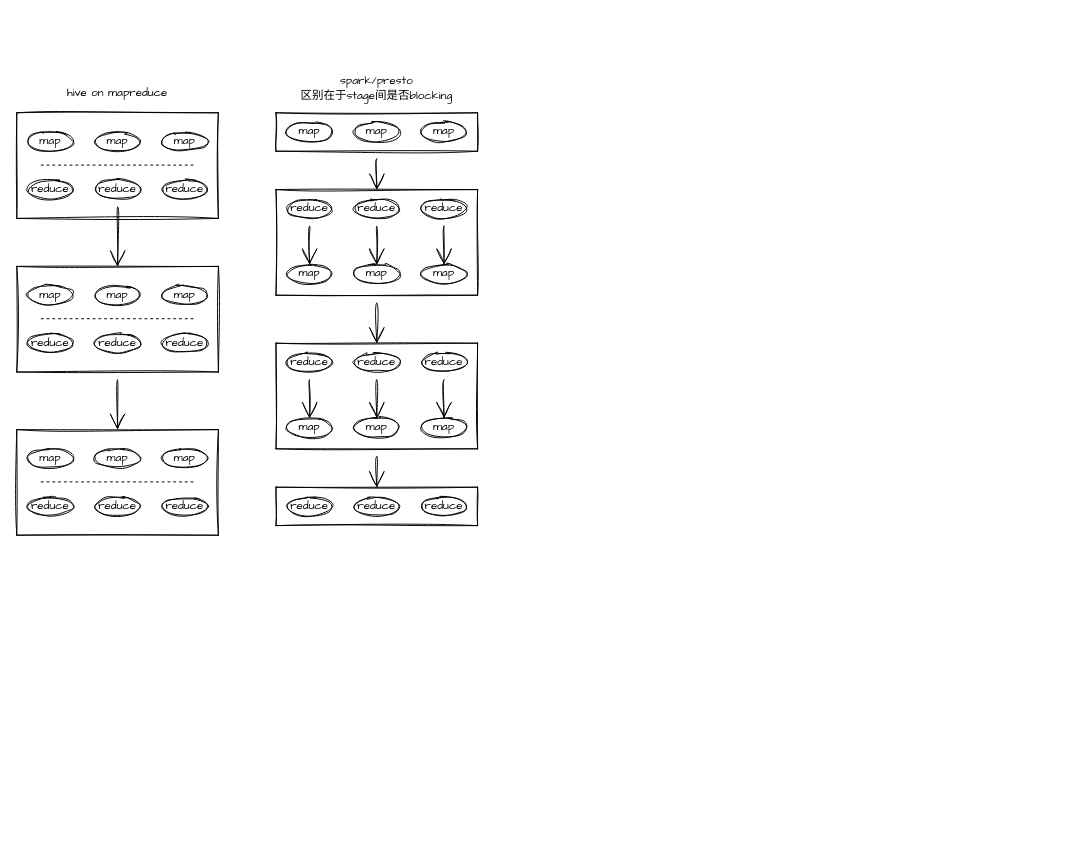
SeaRise/picture keeps this draw.io diagram as Untitled Diagram.drawio. Above is the earlier version. Source tidied: cells renumbered, new cells numbered last; positions are measured from the earlier drawing's top-left corner, leaving out a move shared by most shapes. Both pictures are drawn from the tidied source at 96%, with x=0, y=0 at pixel (16, 74).
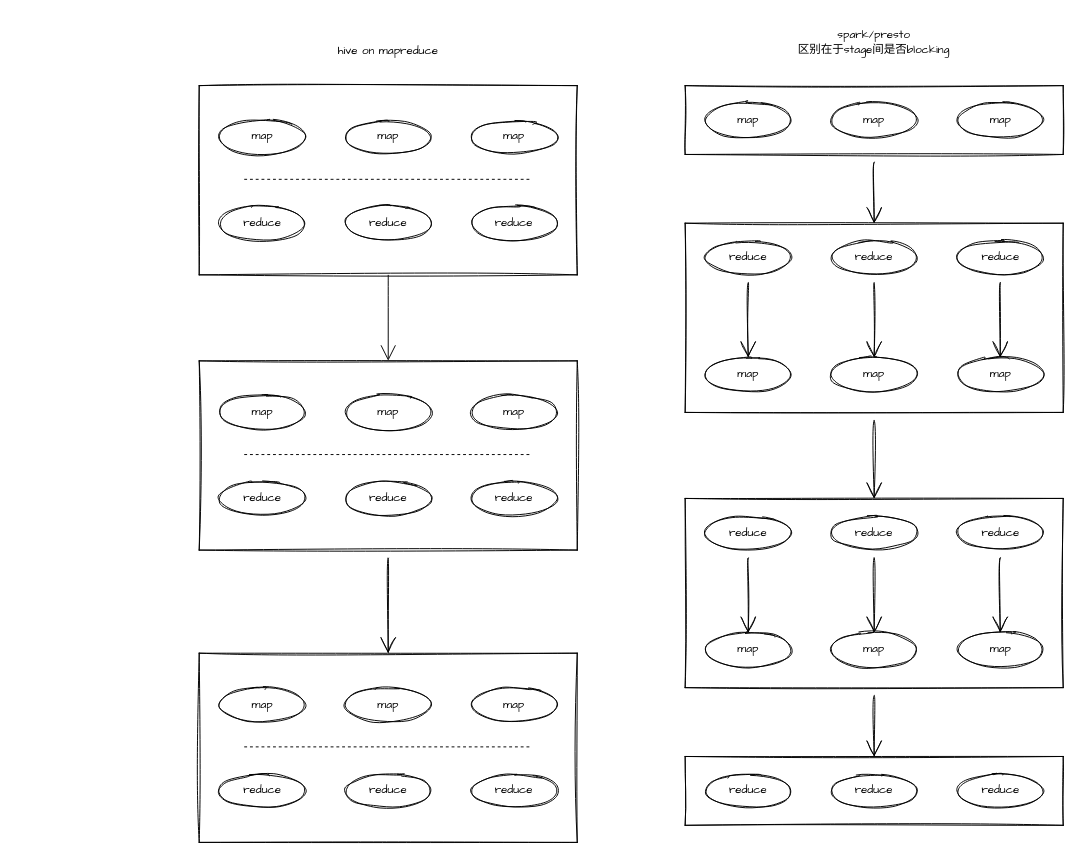
The same diagram, later.

Change to the diagram source:
```diff
@@
+    <mxCell id="82" style="group;" parent="1" vertex="1">
+      <mxGeometry x="190" y="-60" width="900" height="860" as="geometry" />
+    </mxCell>
-    <mxCell id="2" value="hive on mapreduce" style="text;html=1;strokeColor=none;fillColor=none;align=center;verticalAlign=middle;whiteSpace=wrap;rounded=0;sketch=1;hachureGap=4;fontFamily=Comic Sans MS;" parent="1" vertex="1">
-      <mxGeometry x="40" y="10" width="130" height="20" as="geometry" />
+    <mxCell id="2" value="hive on mapreduce" style="text;html=1;strokeColor=none;fillColor=none;align=center;verticalAlign=middle;whiteSpace=wrap;rounded=0;sketch=1;hachureGap=4;fontFamily=Comic Sans MS;" parent="82" vertex="1">
+      <mxGeometry x="75" y="17.9" width="243.8" height="35.8" as="geometry" />
     </mxCell>
-    <mxCell id="3" value="spark/presto&lt;br&gt;区别在于stage间是否blocking" style="text;html=1;strokeColor=none;fillColor=none;align=center;verticalAlign=middle;whiteSpace=wrap;rounded=0;sketch=1;hachureGap=4;fontFamily=Comic Sans MS;" parent="1" vertex="1">
-      <mxGeometry x="285" width="180" height="30" as="geometry" />
+    <mxCell id="3" value="spark/presto&lt;br&gt;区别在于stage间是否blocking" style="text;html=1;strokeColor=none;fillColor=none;align=center;verticalAlign=middle;whiteSpace=wrap;rounded=0;sketch=1;hachureGap=4;fontFamily=Comic Sans MS;" parent="82" vertex="1">
+      <mxGeometry x="534.4" width="337.5" height="53.8" as="geometry" />
     </mxCell>
-    <mxCell id="4" style="group;fontFamily=Comic Sans MS;" parent="1" vertex="1">
-      <mxGeometry x="270" y="40" width="210" height="430" as="geometry" />
+    <mxCell id="4" style="group;fontFamily=Comic Sans MS;" parent="82" vertex="1">
+      <mxGeometry x="506.2" y="71.7" width="393.8" height="770.4" as="geometry" />
     </mxCell>
     <mxCell id="5" style="group;fontFamily=Comic Sans MS;" parent="4" vertex="1">
-      <mxGeometry y="80" width="210" height="110" as="geometry" />
+      <mxGeometry y="143.3" width="393.8" height="197.1" as="geometry" />
     </mxCell>
     <mxCell id="6" style="rounded=0;whiteSpace=wrap;html=1;sketch=1;hachureGap=4;fontFamily=Comic Sans MS;" parent="5" vertex="1">
-      <mxGeometry width="210" height="110" as="geometry" />
+      <mxGeometry width="393.8" height="197.1" as="geometry" />
     </mxCell>
     <mxCell id="7" style="group;fontFamily=Comic Sans MS;" parent="5" vertex="1">
-      <mxGeometry x="10" y="70" width="190" height="20" as="geometry" />
+      <mxGeometry x="18.8" y="125.4" width="356.2" height="35.8" as="geometry" />
     </mxCell>
     <mxCell id="8" value="map" style="ellipse;whiteSpace=wrap;html=1;sketch=1;hachureGap=4;fontFamily=Comic Sans MS;" parent="7" vertex="1">
-      <mxGeometry y="8" width="50" height="20" as="geometry" />
+      <mxGeometry y="14.3" width="93.8" height="35.8" as="geometry" />
     </mxCell>
     <mxCell id="9" value="map" style="ellipse;whiteSpace=wrap;html=1;sketch=1;hachureGap=4;fontFamily=Comic Sans MS;" parent="7" vertex="1">
-      <mxGeometry x="140" y="8" width="50" height="20" as="geometry" />
+      <mxGeometry x="262.5" y="14.3" width="93.8" height="35.8" as="geometry" />
     </mxCell>
     <mxCell id="10" value="map" style="ellipse;whiteSpace=wrap;html=1;sketch=1;hachureGap=4;fontFamily=Comic Sans MS;" parent="7" vertex="1">
-      <mxGeometry x="70" y="8" width="50" height="20" as="geometry" />
+      <mxGeometry x="131.2" y="14.3" width="93.8" height="35.8" as="geometry" />
     </mxCell>
     <mxCell id="11" style="group;fontFamily=Comic Sans MS;" parent="5" vertex="1">
-      <mxGeometry x="10" y="10" width="190" height="20" as="geometry" />
+      <mxGeometry x="18.8" y="17.9" width="356.2" height="35.8" as="geometry" />
     </mxCell>
     <mxCell id="12" value="reduce" style="ellipse;whiteSpace=wrap;html=1;sketch=1;hachureGap=4;fontFamily=Comic Sans MS;" parent="11" vertex="1">
-      <mxGeometry width="50" height="20" as="geometry" />
+      <mxGeometry width="93.8" height="35.8" as="geometry" />
     </mxCell>
     <mxCell id="13" value="reduce" style="ellipse;whiteSpace=wrap;html=1;sketch=1;hachureGap=4;fontFamily=Comic Sans MS;" parent="11" vertex="1">
-      <mxGeometry x="140" width="50" height="20" as="geometry" />
+      <mxGeometry x="262.5" width="93.8" height="35.8" as="geometry" />
     </mxCell>
     <mxCell id="14" value="reduce" style="ellipse;whiteSpace=wrap;html=1;sketch=1;hachureGap=4;fontFamily=Comic Sans MS;" parent="11" vertex="1">
-      <mxGeometry x="70" width="50" height="20" as="geometry" />
+      <mxGeometry x="131.2" width="93.8" height="35.8" as="geometry" />
     </mxCell>
@@
     <mxCell id="18" style="group;fontFamily=Comic Sans MS;" parent="4" vertex="1">
-      <mxGeometry y="240" width="210" height="110" as="geometry" />
+      <mxGeometry y="430" width="393.8" height="197.1" as="geometry" />
     </mxCell>
     <mxCell id="19" style="rounded=0;whiteSpace=wrap;html=1;sketch=1;hachureGap=4;fontFamily=Comic Sans MS;" parent="18" vertex="1">
-      <mxGeometry width="210" height="110" as="geometry" />
+      <mxGeometry width="393.8" height="197.1" as="geometry" />
     </mxCell>
     <mxCell id="20" style="group;fontFamily=Comic Sans MS;" parent="18" vertex="1">
-      <mxGeometry x="10" y="70" width="190" height="20" as="geometry" />
+      <mxGeometry x="18.8" y="125.4" width="356.2" height="35.8" as="geometry" />
     </mxCell>
     <mxCell id="21" value="map" style="ellipse;whiteSpace=wrap;html=1;sketch=1;hachureGap=4;fontFamily=Comic Sans MS;" parent="20" vertex="1">
-      <mxGeometry y="8" width="50" height="20" as="geometry" />
+      <mxGeometry y="14.3" width="93.8" height="35.8" as="geometry" />
     </mxCell>
     <mxCell id="22" value="map" style="ellipse;whiteSpace=wrap;html=1;sketch=1;hachureGap=4;fontFamily=Comic Sans MS;" parent="20" vertex="1">
-      <mxGeometry x="140" y="8" width="50" height="20" as="geometry" />
+      <mxGeometry x="262.5" y="14.3" width="93.8" height="35.8" as="geometry" />
     </mxCell>
     <mxCell id="23" value="map" style="ellipse;whiteSpace=wrap;html=1;sketch=1;hachureGap=4;fontFamily=Comic Sans MS;" parent="20" vertex="1">
-      <mxGeometry x="70" y="8" width="50" height="20" as="geometry" />
+      <mxGeometry x="131.2" y="14.3" width="93.8" height="35.8" as="geometry" />
     </mxCell>
     <mxCell id="24" style="group;fontFamily=Comic Sans MS;" parent="18" vertex="1">
-      <mxGeometry x="10" y="10" width="190" height="20" as="geometry" />
+      <mxGeometry x="18.8" y="17.9" width="356.2" height="35.8" as="geometry" />
     </mxCell>
     <mxCell id="25" value="reduce" style="ellipse;whiteSpace=wrap;html=1;sketch=1;hachureGap=4;fontFamily=Comic Sans MS;" parent="24" vertex="1">
-      <mxGeometry width="50" height="20" as="geometry" />
+      <mxGeometry width="93.8" height="35.8" as="geometry" />
     </mxCell>
     <mxCell id="26" value="reduce" style="ellipse;whiteSpace=wrap;html=1;sketch=1;hachureGap=4;fontFamily=Comic Sans MS;" parent="24" vertex="1">
-      <mxGeometry x="140" width="50" height="20" as="geometry" />
+      <mxGeometry x="262.5" width="93.8" height="35.8" as="geometry" />
     </mxCell>
     <mxCell id="27" value="reduce" style="ellipse;whiteSpace=wrap;html=1;sketch=1;hachureGap=4;fontFamily=Comic Sans MS;" parent="24" vertex="1">
-      <mxGeometry x="70" width="50" height="20" as="geometry" />
+      <mxGeometry x="131.2" width="93.8" height="35.8" as="geometry" />
     </mxCell>
@@
     <mxCell id="32" style="group;fontFamily=Comic Sans MS;" parent="4" vertex="1">
-      <mxGeometry width="210" height="40" as="geometry" />
+      <mxGeometry width="393.8" height="71.7" as="geometry" />
     </mxCell>
     <mxCell id="33" style="rounded=0;whiteSpace=wrap;html=1;sketch=1;hachureGap=4;fontFamily=Comic Sans MS;" parent="32" vertex="1">
-      <mxGeometry width="210" height="40" as="geometry" />
+      <mxGeometry width="393.8" height="71.7" as="geometry" />
     </mxCell>
     <mxCell id="34" style="group;fontFamily=Comic Sans MS;" parent="32" vertex="1">
-      <mxGeometry x="10" y="10" width="190" height="20" as="geometry" />
+      <mxGeometry x="18.8" y="17.9" width="356.2" height="35.8" as="geometry" />
     </mxCell>
     <mxCell id="35" value="map" style="ellipse;whiteSpace=wrap;html=1;sketch=1;hachureGap=4;fontFamily=Comic Sans MS;" parent="34" vertex="1">
-      <mxGeometry width="50" height="20" as="geometry" />
+      <mxGeometry width="93.8" height="35.8" as="geometry" />
     </mxCell>
     <mxCell id="36" value="map" style="ellipse;whiteSpace=wrap;html=1;sketch=1;hachureGap=4;fontFamily=Comic Sans MS;" parent="34" vertex="1">
-      <mxGeometry x="140" width="50" height="20" as="geometry" />
+      <mxGeometry x="262.5" width="93.8" height="35.8" as="geometry" />
     </mxCell>
     <mxCell id="37" value="map" style="ellipse;whiteSpace=wrap;html=1;sketch=1;hachureGap=4;fontFamily=Comic Sans MS;" parent="34" vertex="1">
-      <mxGeometry x="70" width="50" height="20" as="geometry" />
+      <mxGeometry x="131.2" width="93.8" height="35.8" as="geometry" />
     </mxCell>
@@
     <mxCell id="39" style="group;fontFamily=Comic Sans MS;" parent="4" vertex="1">
-      <mxGeometry y="390" width="210" height="40" as="geometry" />
+      <mxGeometry y="698.8" width="393.8" height="71.7" as="geometry" />
     </mxCell>
     <mxCell id="40" style="rounded=0;whiteSpace=wrap;html=1;sketch=1;hachureGap=4;fontFamily=Comic Sans MS;" parent="39" vertex="1">
-      <mxGeometry width="210" height="40" as="geometry" />
+      <mxGeometry width="393.8" height="71.7" as="geometry" />
     </mxCell>
     <mxCell id="41" style="group;fontFamily=Comic Sans MS;" parent="39" vertex="1">
-      <mxGeometry x="10" y="10" width="190" height="20" as="geometry" />
+      <mxGeometry x="18.8" y="17.9" width="356.2" height="35.8" as="geometry" />
     </mxCell>
     <mxCell id="42" value="reduce" style="ellipse;whiteSpace=wrap;html=1;sketch=1;hachureGap=4;fontFamily=Comic Sans MS;" parent="41" vertex="1">
-      <mxGeometry width="50" height="20" as="geometry" />
+      <mxGeometry width="93.8" height="35.8" as="geometry" />
     </mxCell>
     <mxCell id="43" value="reduce" style="ellipse;whiteSpace=wrap;html=1;sketch=1;hachureGap=4;fontFamily=Comic Sans MS;" parent="41" vertex="1">
-      <mxGeometry x="140" width="50" height="20" as="geometry" />
+      <mxGeometry x="262.5" width="93.8" height="35.8" as="geometry" />
     </mxCell>
     <mxCell id="44" value="reduce" style="ellipse;whiteSpace=wrap;html=1;sketch=1;hachureGap=4;fontFamily=Comic Sans MS;" parent="41" vertex="1">
-      <mxGeometry x="70" width="50" height="20" as="geometry" />
+      <mxGeometry x="131.2" width="93.8" height="35.8" as="geometry" />
     </mxCell>
@@
-    <mxCell id="46" style="group;fontFamily=Comic Sans MS;" parent="1" vertex="1">
-      <mxGeometry y="40" width="210" height="440" as="geometry" />
+    <mxCell id="46" style="group;fontFamily=Comic Sans MS;" parent="82" vertex="1">
+      <mxGeometry y="71.7" width="393.8" height="788.3" as="geometry" />
     </mxCell>
     <mxCell id="47" style="group;fontFamily=Comic Sans MS;" parent="46" vertex="1">
-      <mxGeometry width="210" height="110" as="geometry" />
+      <mxGeometry width="393.8" height="197.1" as="geometry" />
     </mxCell>
     <mxCell id="48" style="rounded=0;whiteSpace=wrap;html=1;sketch=1;hachureGap=4;fontFamily=Comic Sans MS;" parent="47" vertex="1">
-      <mxGeometry width="210" height="110" as="geometry" />
+      <mxGeometry width="393.8" height="197.1" as="geometry" />
     </mxCell>
     <mxCell id="49" style="endArrow=none;dashed=1;html=1;startSize=14;endSize=14;sourcePerimeterSpacing=8;targetPerimeterSpacing=8;fontFamily=Comic Sans MS;" parent="47" edge="1">
       <mxGeometry relative="1" as="geometry">
-        <mxPoint x="25" y="54.5" as="sourcePoint" />
-        <mxPoint x="185" y="54.5" as="targetPoint" />
+        <mxPoint x="46.9" y="97.6" as="sourcePoint" />
+        <mxPoint x="346.9" y="97.6" as="targetPoint" />
       </mxGeometry>
     </mxCell>
     <mxCell id="50" style="group;fontFamily=Comic Sans MS;" parent="47" vertex="1">
-      <mxGeometry x="10" y="70" width="190" height="20" as="geometry" />
+      <mxGeometry x="18.8" y="125.4" width="356.2" height="35.8" as="geometry" />
     </mxCell>
     <mxCell id="51" value="reduce" style="ellipse;whiteSpace=wrap;html=1;sketch=1;hachureGap=4;fontFamily=Comic Sans MS;" parent="50" vertex="1">
-      <mxGeometry width="50" height="20" as="geometry" />
+      <mxGeometry width="93.8" height="35.8" as="geometry" />
     </mxCell>
     <mxCell id="52" value="reduce" style="ellipse;whiteSpace=wrap;html=1;sketch=1;hachureGap=4;fontFamily=Comic Sans MS;" parent="50" vertex="1">
-      <mxGeometry x="140" width="50" height="20" as="geometry" />
+      <mxGeometry x="262.5" width="93.8" height="35.8" as="geometry" />
     </mxCell>
     <mxCell id="53" value="reduce" style="ellipse;whiteSpace=wrap;html=1;sketch=1;hachureGap=4;fontFamily=Comic Sans MS;" parent="50" vertex="1">
-      <mxGeometry x="70" width="50" height="20" as="geometry" />
+      <mxGeometry x="131.2" width="93.8" height="35.8" as="geometry" />
     </mxCell>
     <mxCell id="54" style="group;fontFamily=Comic Sans MS;" parent="47" vertex="1">
-      <mxGeometry x="10" y="20" width="190" height="20" as="geometry" />
+      <mxGeometry x="18.8" y="35.8" width="356.2" height="35.8" as="geometry" />
     </mxCell>
     <mxCell id="55" value="map" style="ellipse;whiteSpace=wrap;html=1;sketch=1;hachureGap=4;fontFamily=Comic Sans MS;" parent="54" vertex="1">
-      <mxGeometry width="50" height="20" as="geometry" />
+      <mxGeometry width="93.8" height="35.8" as="geometry" />
     </mxCell>
     <mxCell id="56" value="map" style="ellipse;whiteSpace=wrap;html=1;sketch=1;hachureGap=4;fontFamily=Comic Sans MS;" parent="54" vertex="1">
-      <mxGeometry x="140" width="50" height="20" as="geometry" />
+      <mxGeometry x="262.5" width="93.8" height="35.8" as="geometry" />
     </mxCell>
     <mxCell id="57" value="map" style="ellipse;whiteSpace=wrap;html=1;sketch=1;hachureGap=4;fontFamily=Comic Sans MS;" parent="54" vertex="1">
-      <mxGeometry x="70" width="50" height="20" as="geometry" />
+      <mxGeometry x="131.2" width="93.8" height="35.8" as="geometry" />
     </mxCell>
     <mxCell id="58" style="group;fontFamily=Comic Sans MS;" parent="46" vertex="1">
-      <mxGeometry y="160" width="210" height="110" as="geometry" />
+      <mxGeometry y="286.7" width="393.8" height="197.1" as="geometry" />
     </mxCell>
     <mxCell id="59" style="rounded=0;whiteSpace=wrap;html=1;sketch=1;hachureGap=4;fontFamily=Comic Sans MS;" parent="58" vertex="1">
-      <mxGeometry width="210" height="110" as="geometry" />
+      <mxGeometry width="393.8" height="197.1" as="geometry" />
     </mxCell>
     <mxCell id="60" style="endArrow=none;dashed=1;html=1;startSize=14;endSize=14;sourcePerimeterSpacing=8;targetPerimeterSpacing=8;fontFamily=Comic Sans MS;" parent="58" edge="1">
       <mxGeometry relative="1" as="geometry">
-        <mxPoint x="25" y="54.5" as="sourcePoint" />
-        <mxPoint x="185" y="54.5" as="targetPoint" />
+        <mxPoint x="46.9" y="97.6" as="sourcePoint" />
+        <mxPoint x="346.9" y="97.6" as="targetPoint" />
       </mxGeometry>
     </mxCell>
     <mxCell id="61" style="group;fontFamily=Comic Sans MS;" parent="58" vertex="1">
-      <mxGeometry x="10" y="70" width="190" height="20" as="geometry" />
+      <mxGeometry x="18.8" y="125.4" width="356.2" height="35.8" as="geometry" />
     </mxCell>
     <mxCell id="62" value="reduce" style="ellipse;whiteSpace=wrap;html=1;sketch=1;hachureGap=4;fontFamily=Comic Sans MS;" parent="61" vertex="1">
-      <mxGeometry width="50" height="20" as="geometry" />
+      <mxGeometry width="93.8" height="35.8" as="geometry" />
     </mxCell>
     <mxCell id="63" value="reduce" style="ellipse;whiteSpace=wrap;html=1;sketch=1;hachureGap=4;fontFamily=Comic Sans MS;" parent="61" vertex="1">
-      <mxGeometry x="140" width="50" height="20" as="geometry" />
+      <mxGeometry x="262.5" width="93.8" height="35.8" as="geometry" />
     </mxCell>
     <mxCell id="64" value="reduce" style="ellipse;whiteSpace=wrap;html=1;sketch=1;hachureGap=4;fontFamily=Comic Sans MS;" parent="61" vertex="1">
-      <mxGeometry x="70" width="50" height="20" as="geometry" />
+      <mxGeometry x="131.2" width="93.8" height="35.8" as="geometry" />
     </mxCell>
     <mxCell id="65" style="group;fontFamily=Comic Sans MS;" parent="58" vertex="1">
-      <mxGeometry x="10" y="20" width="190" height="20" as="geometry" />
+      <mxGeometry x="18.8" y="35.8" width="356.2" height="35.8" as="geometry" />
     </mxCell>
     <mxCell id="66" value="map" style="ellipse;whiteSpace=wrap;html=1;sketch=1;hachureGap=4;fontFamily=Comic Sans MS;" parent="65" vertex="1">
-      <mxGeometry width="50" height="20" as="geometry" />
+      <mxGeometry width="93.8" height="35.8" as="geometry" />
     </mxCell>
     <mxCell id="67" value="map" style="ellipse;whiteSpace=wrap;html=1;sketch=1;hachureGap=4;fontFamily=Comic Sans MS;" parent="65" vertex="1">
-      <mxGeometry x="140" width="50" height="20" as="geometry" />
+      <mxGeometry x="262.5" width="93.8" height="35.8" as="geometry" />
     </mxCell>
     <mxCell id="68" value="map" style="ellipse;whiteSpace=wrap;html=1;sketch=1;hachureGap=4;fontFamily=Comic Sans MS;" parent="65" vertex="1">
-      <mxGeometry x="70" width="50" height="20" as="geometry" />
+      <mxGeometry x="131.2" width="93.8" height="35.8" as="geometry" />
     </mxCell>
     <mxCell id="69" style="group;fontFamily=Comic Sans MS;" parent="46" vertex="1">
-      <mxGeometry y="330" width="210" height="110" as="geometry" />
+      <mxGeometry y="591.2" width="393.8" height="197.1" as="geometry" />
     </mxCell>
     <mxCell id="70" style="rounded=0;whiteSpace=wrap;html=1;sketch=1;hachureGap=4;fontFamily=Comic Sans MS;" parent="69" vertex="1">
-      <mxGeometry width="210" height="110" as="geometry" />
+      <mxGeometry width="393.8" height="197.1" as="geometry" />
     </mxCell>
     <mxCell id="71" style="endArrow=none;dashed=1;html=1;startSize=14;endSize=14;sourcePerimeterSpacing=8;targetPerimeterSpacing=8;fontFamily=Comic Sans MS;" parent="69" edge="1">
       <mxGeometry relative="1" as="geometry">
-        <mxPoint x="25" y="54.5" as="sourcePoint" />
-        <mxPoint x="185" y="54.5" as="targetPoint" />
+        <mxPoint x="46.9" y="97.6" as="sourcePoint" />
+        <mxPoint x="346.9" y="97.6" as="targetPoint" />
       </mxGeometry>
     </mxCell>
     <mxCell id="72" style="group;fontFamily=Comic Sans MS;" parent="69" vertex="1">
-      <mxGeometry x="10" y="70" width="190" height="20" as="geometry" />
+      <mxGeometry x="18.8" y="125.4" width="356.2" height="35.8" as="geometry" />
     </mxCell>
     <mxCell id="73" value="reduce" style="ellipse;whiteSpace=wrap;html=1;sketch=1;hachureGap=4;fontFamily=Comic Sans MS;" parent="72" vertex="1">
-      <mxGeometry width="50" height="20" as="geometry" />
+      <mxGeometry width="93.8" height="35.8" as="geometry" />
     </mxCell>
     <mxCell id="74" value="reduce" style="ellipse;whiteSpace=wrap;html=1;sketch=1;hachureGap=4;fontFamily=Comic Sans MS;" parent="72" vertex="1">
-      <mxGeometry x="140" width="50" height="20" as="geometry" />
+      <mxGeometry x="262.5" width="93.8" height="35.8" as="geometry" />
     </mxCell>
     <mxCell id="75" value="reduce" style="ellipse;whiteSpace=wrap;html=1;sketch=1;hachureGap=4;fontFamily=Comic Sans MS;" parent="72" vertex="1">
-      <mxGeometry x="70" width="50" height="20" as="geometry" />
+      <mxGeometry x="131.2" width="93.8" height="35.8" as="geometry" />
     </mxCell>
     <mxCell id="76" style="group;fontFamily=Comic Sans MS;" parent="69" vertex="1">
-      <mxGeometry x="10" y="20" width="190" height="20" as="geometry" />
+      <mxGeometry x="18.8" y="35.8" width="356.2" height="35.8" as="geometry" />
     </mxCell>
     <mxCell id="77" value="map" style="ellipse;whiteSpace=wrap;html=1;sketch=1;hachureGap=4;fontFamily=Comic Sans MS;" parent="76" vertex="1">
-      <mxGeometry width="50" height="20" as="geometry" />
+      <mxGeometry width="93.8" height="35.8" as="geometry" />
     </mxCell>
     <mxCell id="78" value="map" style="ellipse;whiteSpace=wrap;html=1;sketch=1;hachureGap=4;fontFamily=Comic Sans MS;" parent="76" vertex="1">
-      <mxGeometry x="140" width="50" height="20" as="geometry" />
+      <mxGeometry x="262.5" width="93.8" height="35.8" as="geometry" />
     </mxCell>
     <mxCell id="79" value="map" style="ellipse;whiteSpace=wrap;html=1;sketch=1;hachureGap=4;fontFamily=Comic Sans MS;" parent="76" vertex="1">
-      <mxGeometry x="70" width="50" height="20" as="geometry" />
+      <mxGeometry x="131.2" width="93.8" height="35.8" as="geometry" />
     </mxCell>
-    <mxCell id="80" style="edgeStyle=none;curved=1;rounded=0;sketch=1;jettySize=auto;html=1;entryX=0.5;entryY=0;entryDx=0;entryDy=0;endArrow=open;startSize=14;endSize=14;sourcePerimeterSpacing=8;targetPerimeterSpacing=8;fontFamily=Comic Sans MS;" parent="46" edge="1" source="53" target="59">
-      <mxGeometry relative="1" as="geometry" />
-    </mxCell>
@@
+    <mxCell id="83" style="edgeStyle=none;curved=1;rounded=0;jettySize=auto;html=1;exitX=0.5;exitY=1;exitDx=0;exitDy=0;endArrow=open;startSize=14;endSize=14;sourcePerimeterSpacing=8;targetPerimeterSpacing=8;" parent="82" edge="1" source="48">
+      <mxGeometry relative="1" as="geometry">
+        <mxPoint x="196.9" y="358.3" as="targetPoint" />
+      </mxGeometry>
+    </mxCell>
```
